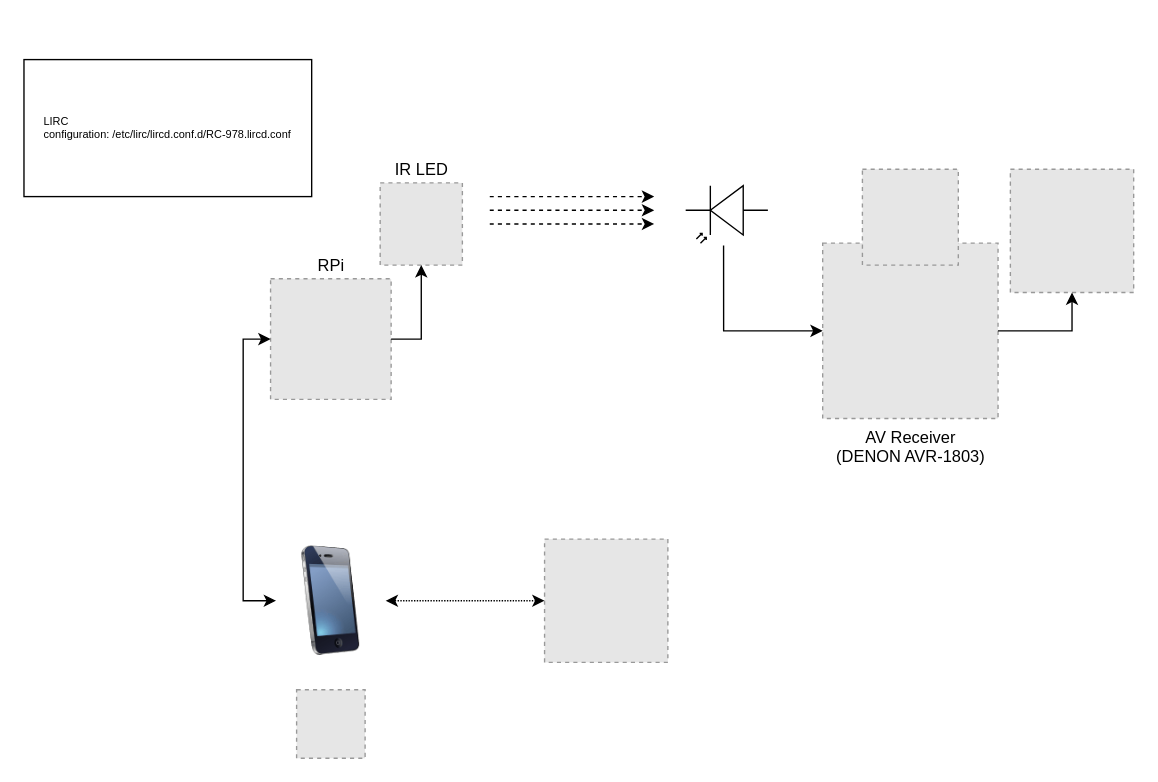
Before: doc/denon_remote_diagram.drawio in arachnothrone/denon-remote, a draw.io diagram. Source tidied: cells renumbered, new cells numbered last; positions are measured from the earlier drawing's top-left corner, leaving out a move shared by most shapes. Both pictures are drawn from the tidied source at 137%, with x=0, y=0 at pixel (23, 59). Pictures stored in the file or linked from it are replaced by grey dashed boxes.
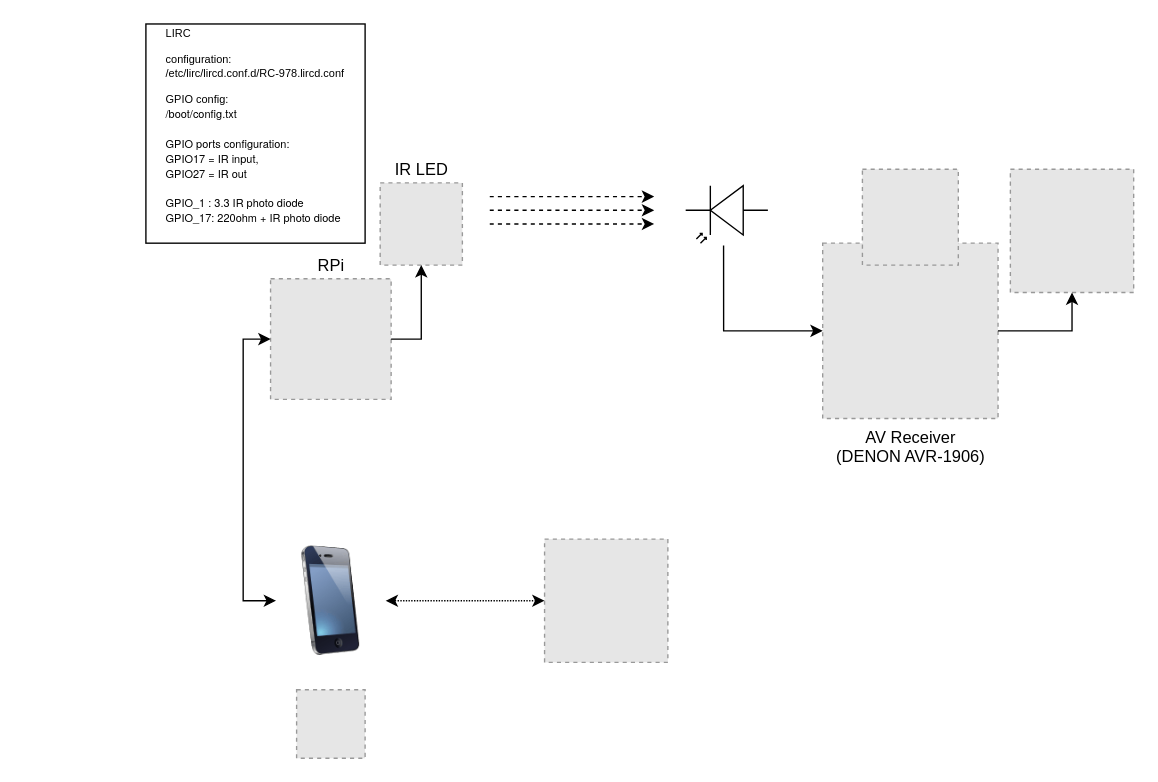
Above is the later version.

Commit message:
Upd diag

Change to the diagram source:
```diff
@@
-    <mxCell id="6" value="AV Receiver &lt;br&gt;(DENON AVR-1803)" style="fillColor=#E6E6E6;strokeColor=#999999;dashed=1;html=1;verticalAlign=top;verticalLabelPosition=bottom;labelBackgroundColor=#ffffff;" parent="1" vertex="1">
+    <mxCell id="6" value="AV Receiver &lt;br&gt;(DENON AVR-1906)" style="fillColor=#E6E6E6;strokeColor=#999999;dashed=1;html=1;verticalAlign=top;verticalLabelPosition=bottom;labelBackgroundColor=#ffffff;" parent="1" vertex="1">
       <mxGeometry x="583" y="134" width="128" height="128" as="geometry" />
     </mxCell>
@@
-    <mxCell id="19" value="&lt;div style=&quot;text-align: left ; font-size: 8px&quot;&gt;&lt;span&gt;&lt;font style=&quot;font-size: 8px&quot;&gt;LIRC&lt;/font&gt;&lt;/span&gt;&lt;/div&gt;&lt;div style=&quot;text-align: left ; font-size: 8px&quot;&gt;&lt;span&gt;&lt;font style=&quot;font-size: 8px&quot;&gt;configuration:&amp;nbsp;/etc/lirc/lircd.conf.d/RC-978.lircd.conf&lt;/font&gt;&lt;/span&gt;&lt;/div&gt;" style="rounded=0;whiteSpace=wrap;html=1;shadow=0;" parent="1" vertex="1">
-      <mxGeometry width="210" height="100" as="geometry" />
+    <mxCell id="19" value="&lt;div style=&quot;text-align: left ; font-size: 8px&quot;&gt;&lt;font style=&quot;font-size: 8px&quot;&gt;LIRC&lt;/font&gt;&lt;/div&gt;&lt;div style=&quot;text-align: left ; font-size: 8px&quot;&gt;&lt;span&gt;&lt;font style=&quot;font-size: 8px&quot;&gt;&lt;br&gt;&lt;/font&gt;&lt;/span&gt;&lt;/div&gt;&lt;div style=&quot;text-align: left ; font-size: 8px&quot;&gt;&lt;span&gt;&lt;font style=&quot;font-size: 8px&quot;&gt;configuration:&amp;nbsp;&lt;/font&gt;&lt;/span&gt;&lt;/div&gt;&lt;div style=&quot;text-align: left ; font-size: 8px&quot;&gt;&lt;span&gt;&lt;font style=&quot;font-size: 8px&quot;&gt;/etc/lirc/lircd.conf.d/RC-978.lircd.conf&lt;/font&gt;&lt;/span&gt;&lt;/div&gt;&lt;div style=&quot;text-align: left ; font-size: 8px&quot;&gt;&lt;span&gt;&lt;font style=&quot;font-size: 8px&quot;&gt;&lt;br&gt;&lt;/font&gt;&lt;/span&gt;&lt;/div&gt;&lt;div style=&quot;text-align: left ; font-size: 8px&quot;&gt;&lt;span&gt;&lt;font style=&quot;font-size: 8px&quot;&gt;GPIO config:&lt;/font&gt;&lt;/span&gt;&lt;/div&gt;&lt;div style=&quot;text-align: left ; font-size: 8px&quot;&gt;&lt;p class=&quot;p1&quot; style=&quot;margin: 0px ; font-stretch: normal ; line-height: normal ; font-family: &amp;#34;helvetica neue&amp;#34;&quot;&gt;&lt;font style=&quot;font-size: 8px&quot;&gt;/boot/config.txt&lt;/font&gt;&lt;/p&gt;&lt;p class=&quot;p1&quot; style=&quot;margin: 0px ; font-stretch: normal ; line-height: normal ; font-family: &amp;#34;helvetica neue&amp;#34;&quot;&gt;&lt;font style=&quot;font-size: 8px&quot;&gt;&lt;br&gt;&lt;/font&gt;&lt;/p&gt;&lt;p class=&quot;p1&quot; style=&quot;margin: 0px ; font-stretch: normal ; line-height: normal ; font-family: &amp;#34;helvetica neue&amp;#34;&quot;&gt;&lt;font style=&quot;font-size: 8px&quot;&gt;&lt;/font&gt;&lt;/p&gt;&lt;p class=&quot;p1&quot; style=&quot;margin: 0px ; font-stretch: normal ; line-height: normal ; font-family: &amp;#34;helvetica neue&amp;#34;&quot;&gt;&lt;font style=&quot;font-size: 8px&quot;&gt;GPIO ports configuration:&amp;nbsp;&lt;/font&gt;&lt;/p&gt;&lt;p class=&quot;p1&quot; style=&quot;margin: 0px ; font-stretch: normal ; line-height: normal ; font-family: &amp;#34;helvetica neue&amp;#34;&quot;&gt;&lt;font style=&quot;font-size: 8px&quot;&gt;GPIO17 = IR input,&amp;nbsp;&lt;/font&gt;&lt;/p&gt;&lt;p class=&quot;p1&quot; style=&quot;margin: 0px ; font-stretch: normal ; line-height: normal ; font-family: &amp;#34;helvetica neue&amp;#34;&quot;&gt;&lt;font style=&quot;font-size: 8px&quot;&gt;GPIO27 = IR out&lt;/font&gt;&lt;/p&gt;&lt;/div&gt;&lt;div style=&quot;text-align: left ; font-size: 8px&quot;&gt;&lt;span&gt;&lt;font style=&quot;font-size: 8px&quot;&gt;&lt;br&gt;&lt;/font&gt;&lt;/span&gt;&lt;/div&gt;&lt;div style=&quot;text-align: left ; font-size: 8px&quot;&gt;&lt;p class=&quot;p1&quot; style=&quot;margin: 0px ; font-stretch: normal ; line-height: normal ; font-family: &amp;#34;helvetica neue&amp;#34;&quot;&gt;&lt;font style=&quot;font-size: 8px&quot;&gt;GPIO_1 : 3.3 IR photo diode&lt;/font&gt;&lt;/p&gt;&lt;p class=&quot;p1&quot; style=&quot;margin: 0px ; font-stretch: normal ; line-height: normal ; font-family: &amp;#34;helvetica neue&amp;#34;&quot;&gt;&lt;font style=&quot;font-size: 8px&quot;&gt;GPIO_17: 220ohm + IR photo diode&lt;/font&gt;&lt;/p&gt;&lt;p class=&quot;p1&quot; style=&quot;margin: 0px ; font-stretch: normal ; line-height: normal ; font-family: &amp;#34;helvetica neue&amp;#34;&quot;&gt;&lt;br&gt;&lt;/p&gt;&lt;/div&gt;" style="rounded=0;whiteSpace=wrap;html=1;shadow=0;" parent="1" vertex="1">
+      <mxGeometry x="89" y="-26" width="160" height="160" as="geometry" />
     </mxCell>
```
